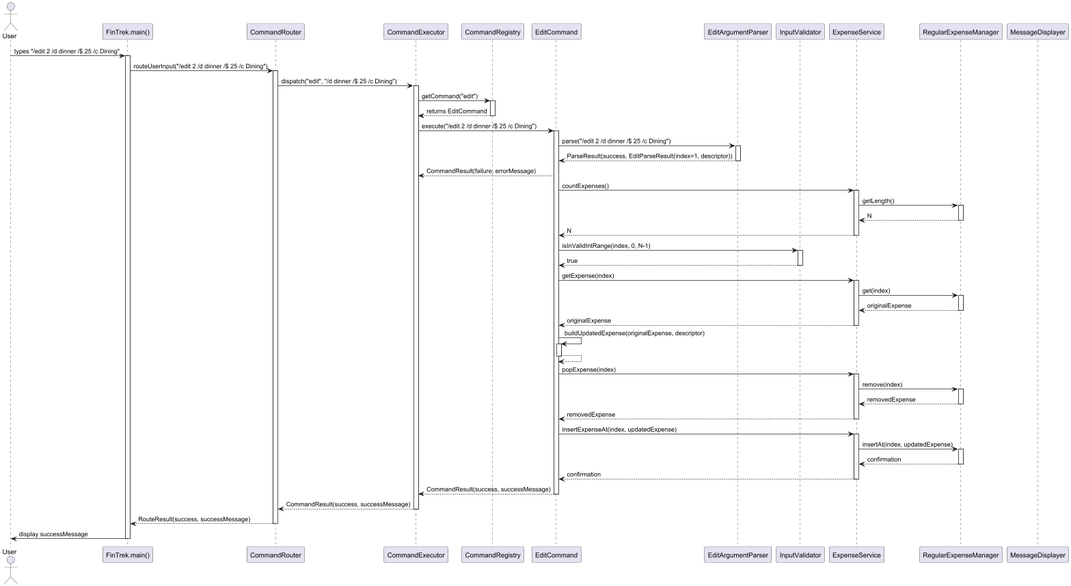
Earlier version of the PlantUML export docs/images/editCommand.png (randust/tp). Source of this version:
```plantuml
@startuml editCommand.puml
actor User
participant "FinTrek.main()" as FinTrek
participant "CommandRouter" as Router
participant "CommandExecutor" as Executor
participant "CommandRegistry" as Registry
participant "EditCommand" as EditCmd
participant "EditArgumentParser" as Parser
participant "InputValidator" as Validator
participant "ExpenseService" as ExpenseSvc
participant "RegularExpenseManager" as RegExpMgr
participant "MessageDisplayer" as MsgDis

User -> FinTrek : types "/edit 2 /d dinner /$ 25 /c Dining"
activate FinTrek

FinTrek -> Router : routeUserInput("/edit 2 /d dinner /$ 25 /c Dining")
activate Router

Router -> Executor : dispatch("edit", "/d dinner /$ 25 /c Dining")
activate Executor

Executor -> Registry : getCommand("edit")
activate Registry

Registry --> Executor : returns EditCommand
deactivate Registry

Executor -> EditCmd : execute("/edit 2 /d dinner /$ 25 /c Dining")
activate EditCmd

EditCmd -> Parser : parse("/edit 2 /d dinner /$ 25 /c Dining")
activate Parser

Parser --> EditCmd : ParseResult(success, EditParseResult(index=1, descriptor))
deactivate Parser

EditCmd --> Executor : CommandResult(failure, errorMessage)
EditCmd -> ExpenseSvc : countExpenses()
activate ExpenseSvc

ExpenseSvc -> RegExpMgr : getLength()
activate RegExpMgr

RegExpMgr --> ExpenseSvc : N
deactivate RegExpMgr

ExpenseSvc --> EditCmd : N
deactivate ExpenseSvc

EditCmd -> Validator : isInValidIntRange(index, 0, N-1)
activate Validator

Validator --> EditCmd : true
deactivate Validator

EditCmd -> ExpenseSvc : getExpense(index)
activate ExpenseSvc

ExpenseSvc -> RegExpMgr : get(index)
activate RegExpMgr

RegExpMgr --> ExpenseSvc : originalExpense
deactivate RegExpMgr

ExpenseSvc --> EditCmd : originalExpense
deactivate ExpenseSvc

EditCmd -> EditCmd : buildUpdatedExpense(originalExpense, descriptor)
activate EditCmd

EditCmd --> EditCmd
deactivate EditCmd

EditCmd -> ExpenseSvc : popExpense(index)
activate ExpenseSvc

ExpenseSvc -> RegExpMgr : remove(index)
activate RegExpMgr

RegExpMgr --> ExpenseSvc : removedExpense
deactivate RegExpMgr

ExpenseSvc --> EditCmd : removedExpense
deactivate ExpenseSvc

EditCmd -> ExpenseSvc : insertExpenseAt(index, updatedExpense)
activate ExpenseSvc

ExpenseSvc -> RegExpMgr : insertAt(index, updatedExpense)
activate RegExpMgr

RegExpMgr --> ExpenseSvc : confirmation
deactivate RegExpMgr

ExpenseSvc --> EditCmd : confirmation
deactivate ExpenseSvc

EditCmd --> Executor : CommandResult(success, successMessage)

deactivate EditCmd

Executor --> Router : CommandResult(success, successMessage)
deactivate Executor

Router --> FinTrek : RouteResult(success, successMessage)
deactivate Router

FinTrek -> User : display successMessage
deactivate FinTrek
@enduml
```
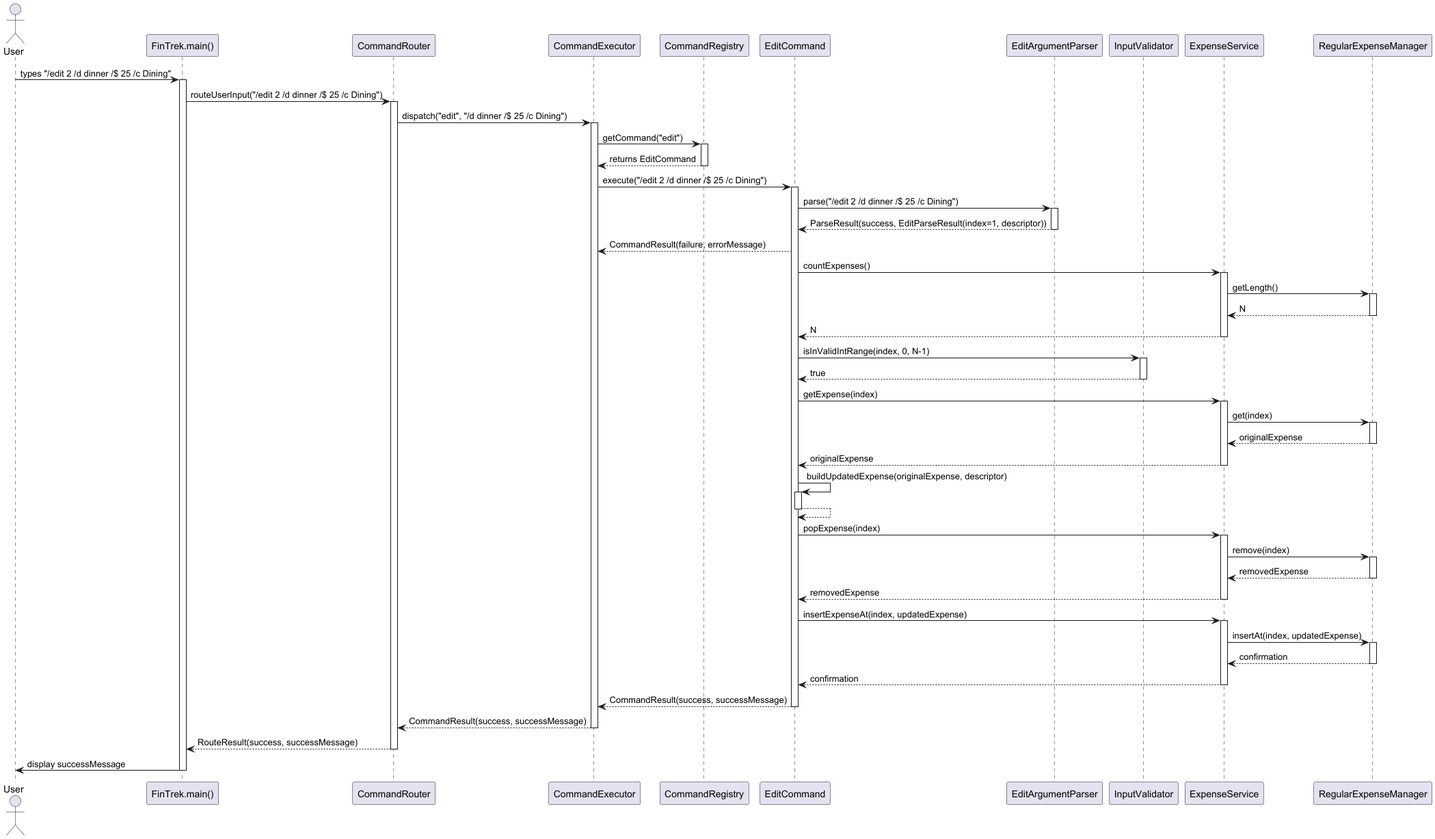
After the change.

Commit message:
Update DG sequence diagram for /delete and /edit

What changed in the source:
```diff
@@ -9,7 +9,6 @@
 participant "InputValidator" as Validator
 participant "ExpenseService" as ExpenseSvc
 participant "RegularExpenseManager" as RegExpMgr
-participant "MessageDisplayer" as MsgDis
 
 User -> FinTrek : types "/edit 2 /d dinner /$ 25 /c Dining"
 activate FinTrek
```
